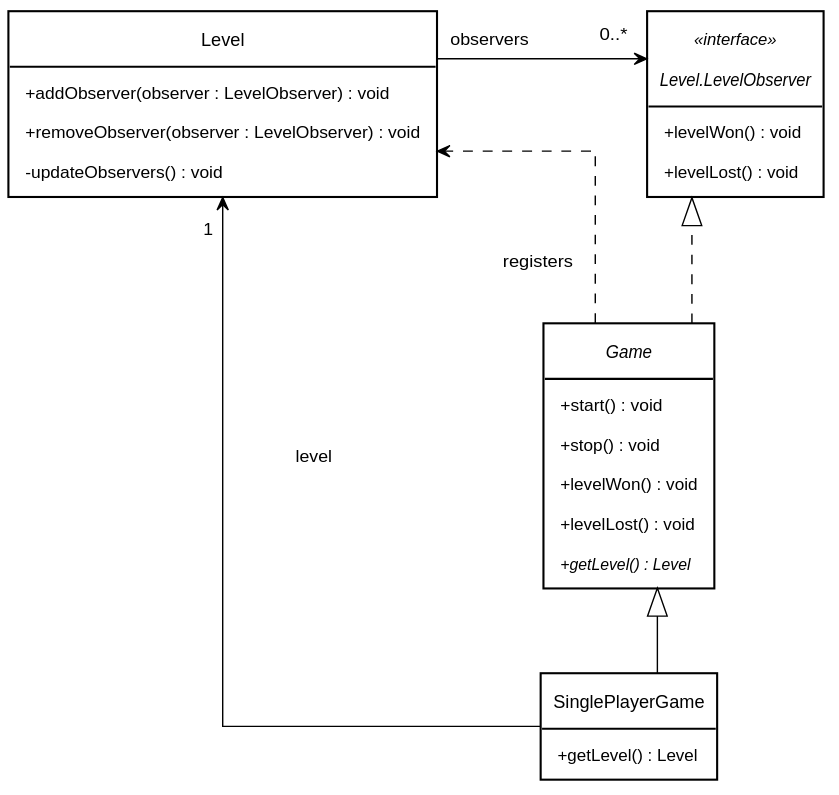
Earlier version of the PlantUML export observer.svg (Suhaib-Ben-Zreiba/reliable-broker).
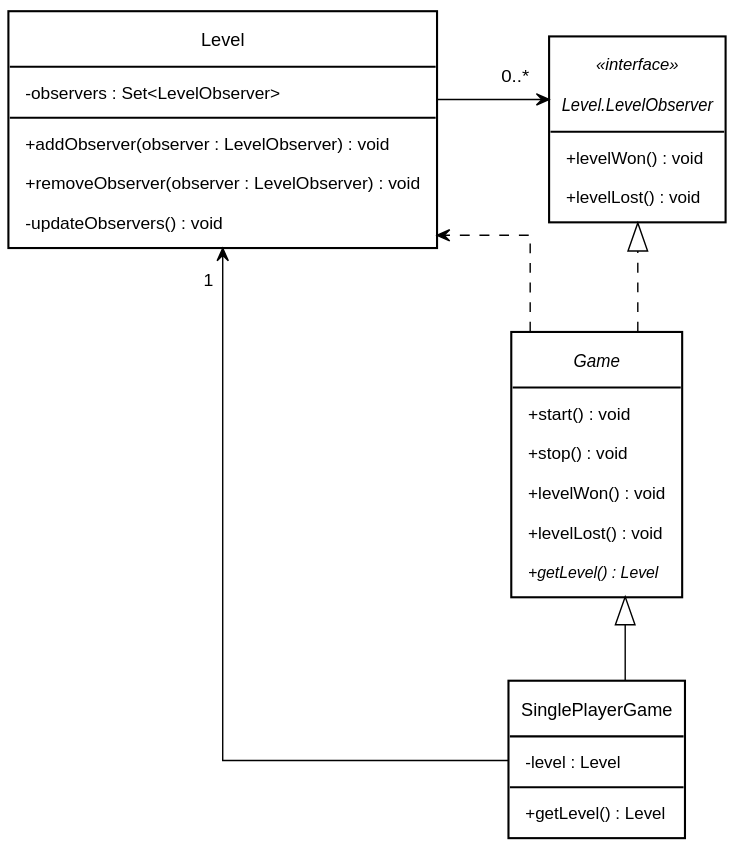
After the change.

Commit message:
Finalize Observer diagram with explicit field compartments.

Show observers and level as private attributes, drop association and
registers labels, and keep verified multiplicities and dependency.

What changed in the source:
```diff
@@ -23,6 +23,7 @@
 hide empty attributes
 
 class Level {
+  - observers : Set<LevelObserver>
   + addObserver(observer : LevelObserver) : void
   + removeObserver(observer : LevelObserver) : void
   - updateObservers() : void
@@ -42,18 +43,19 @@
 }
 
 class SinglePlayerGame {
+  - level : Level
   + getLevel() : Level
 }
 
-Level --> "0..*" LevelObserver : observers
+Level --> "0..*" LevelObserver
 
 Game ..|> LevelObserver
 
-Game ..> Level : registers
+Game ..> Level
 
 SinglePlayerGame --|> Game
 
-SinglePlayerGame --> "1" Level : level
+SinglePlayerGame --> "1" Level
 
 Level -[hidden]right- LevelObserver
 LevelObserver -[hidden]down- Game
```
